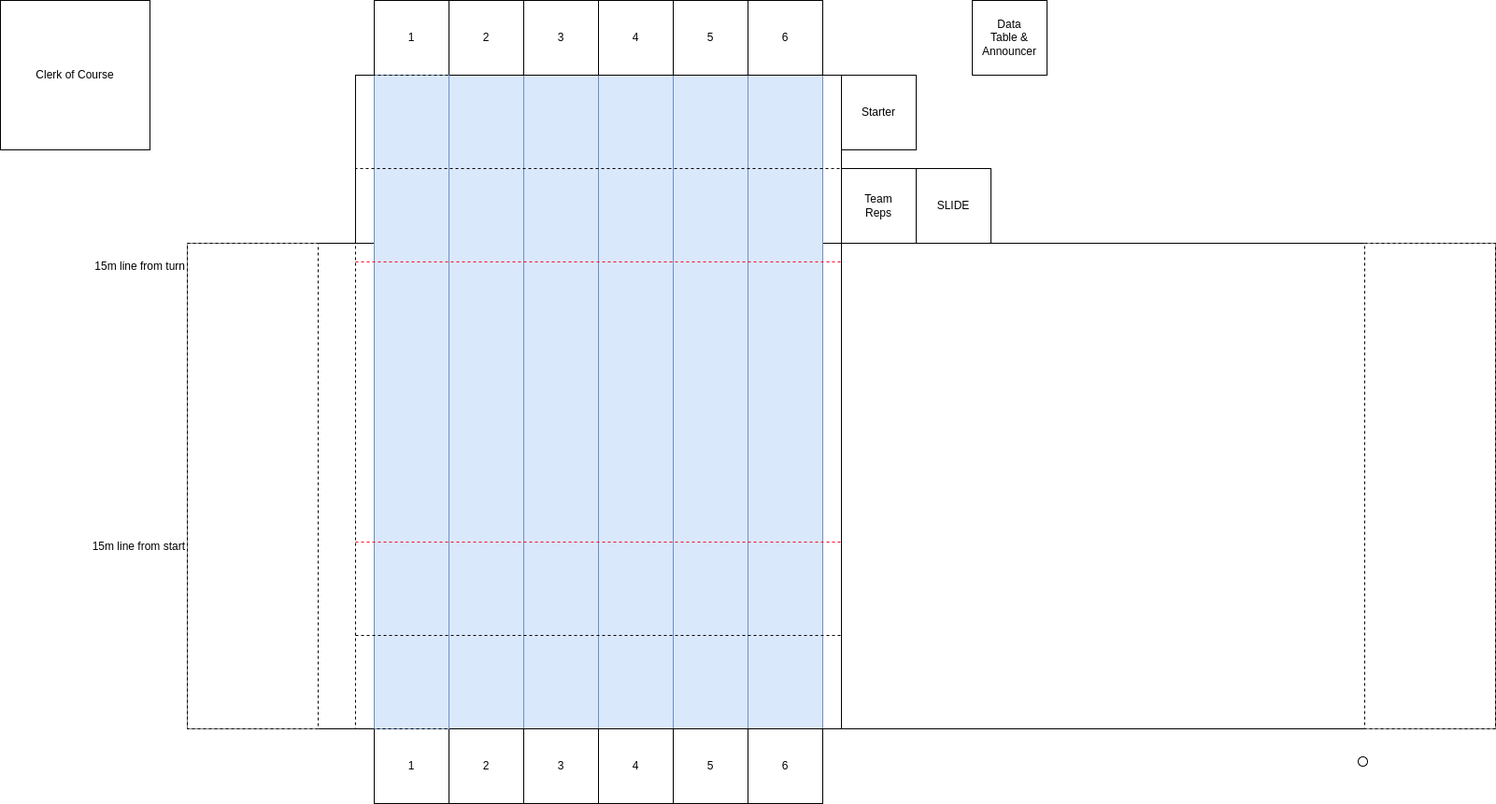
dbadrak/adelphi-dolphins keeps this draw.io diagram as images/competition-pool.drawio.png. Above is the earlier version. Source tidied: cells renumbered, new cells last; positions are measured from the earlier drawing's top-left corner, leaving out a move shared by most shapes.
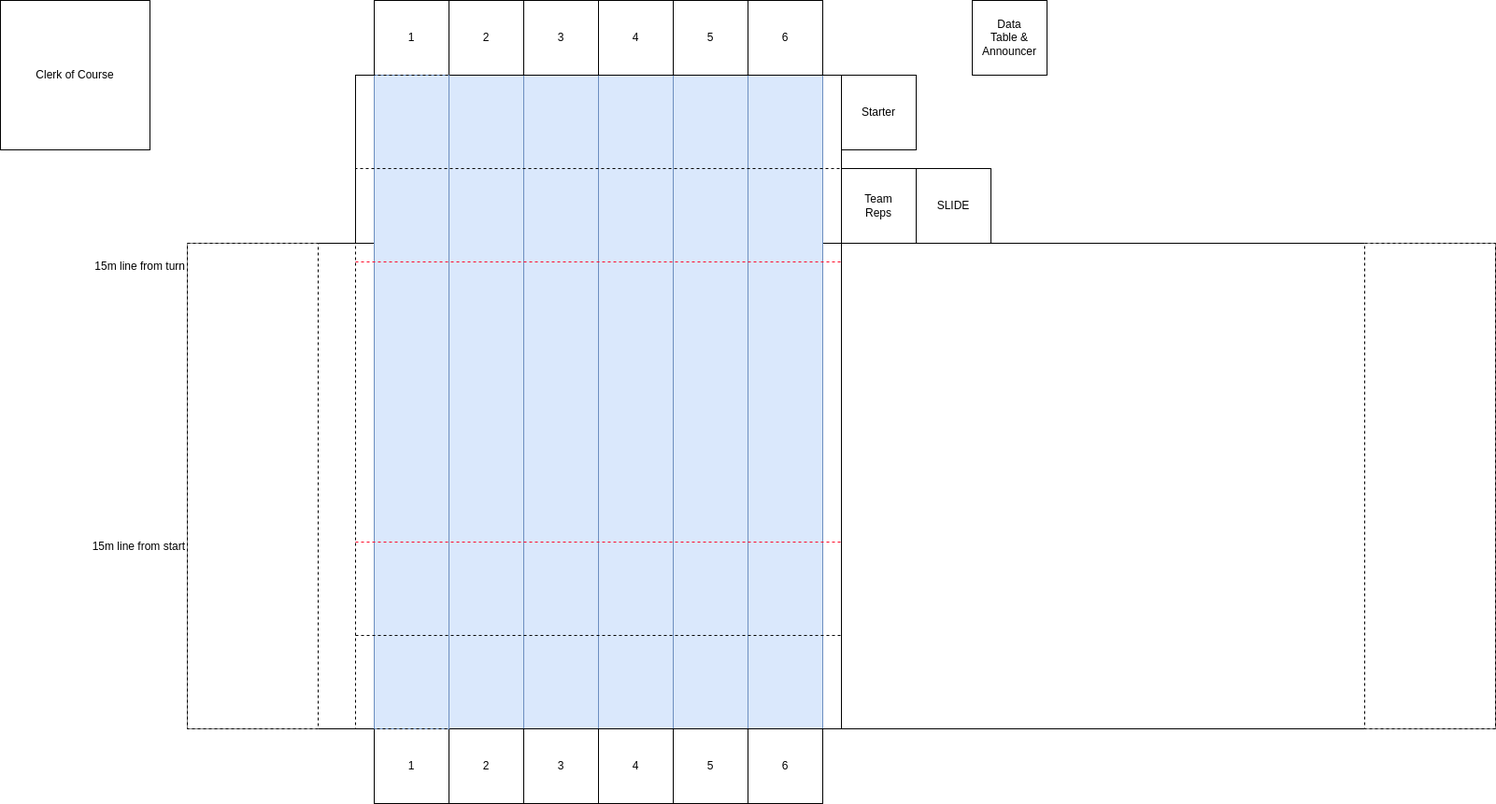
The same file after the commit.

The edit, as a diff of the source:
```diff
@@ -50,9 +50,6 @@
     <mxCell id="17" style="rounded=0;whiteSpace=wrap;html=1;rotation=0;dashed=1;" parent="1" vertex="1">
       <mxGeometry x="1460" y="390" width="140" height="520" as="geometry" />
     </mxCell>
-    <mxCell id="18" style="ellipse;whiteSpace=wrap;html=1;" parent="1" vertex="1">
-      <mxGeometry x="1453" y="940" width="10" height="10" as="geometry" />
-    </mxCell>
     <mxCell id="19" value="1" style="whiteSpace=wrap;html=1;" parent="1" vertex="1">
       <mxGeometry x="400" y="910" width="80" height="80" as="geometry" />
     </mxCell>
```
